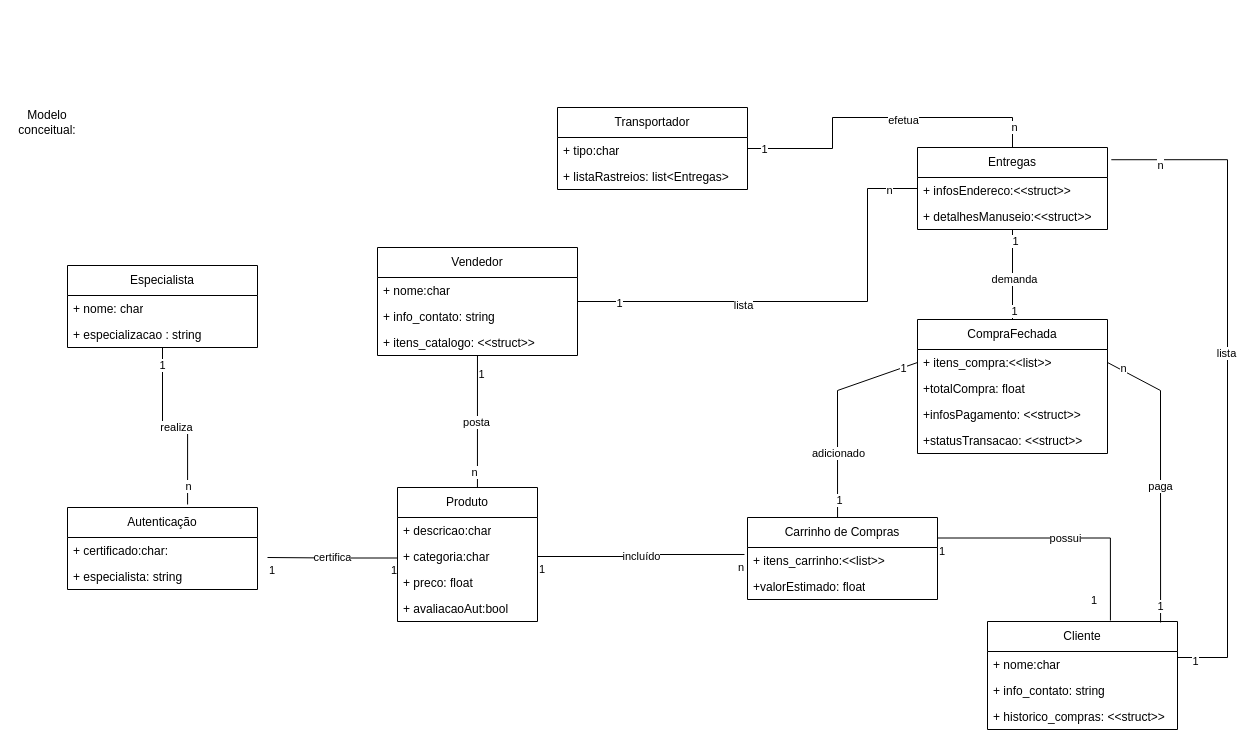
Before: page "Diagramas de classes" (4 of 9) of DiagramasDeModelagem.drawio in luca-moraes/projetoCorintoModelagem, a draw.io diagram. Source tidied: cells renumbered, new cells numbered last; positions are measured from the earlier drawing's top-left corner, leaving out a move shared by most shapes. Both pictures are drawn from the tidied source at 100%, with x=0, y=0 at pixel (17, 107).
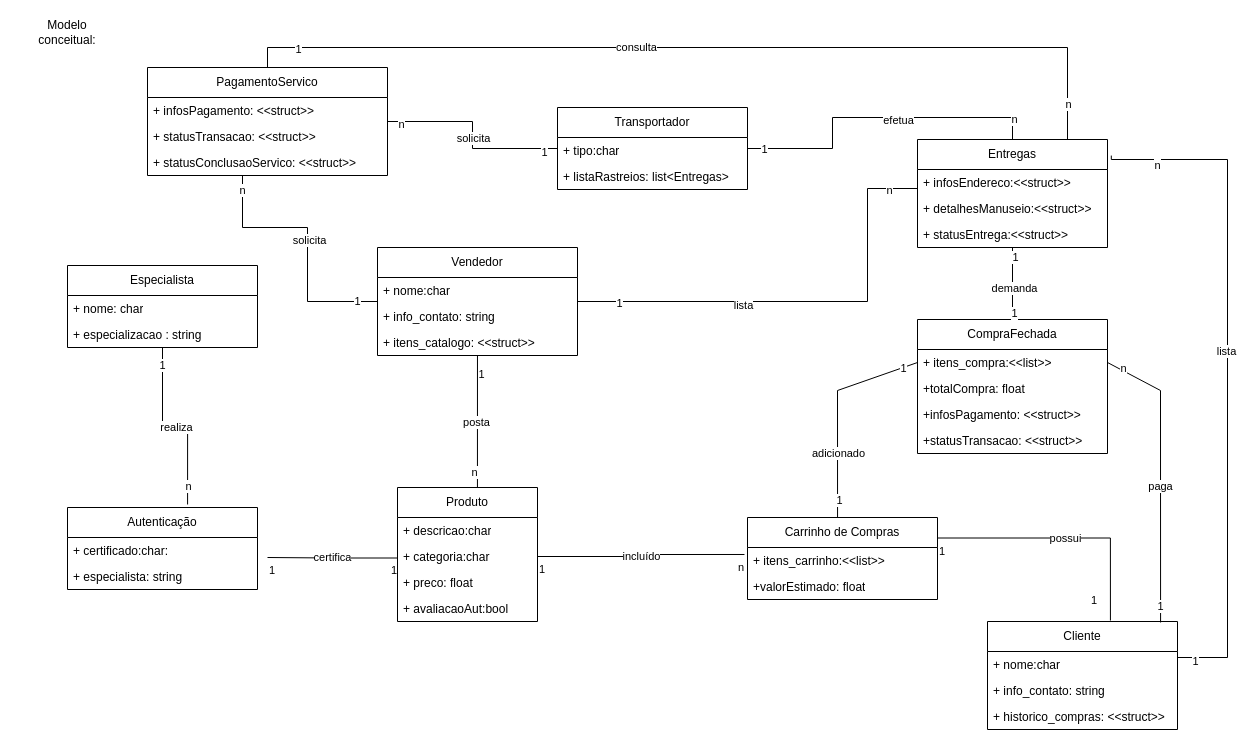
Above is the later version.

Unchanged cells that the change refers to:
```xml
<mxCell id="11" value="Vendedor" style="swimlane;fontStyle=0;horizontal=1;startSize=30;fillColor=none;whiteSpace=wrap;html=1;" parent="1" vertex="1">
  <mxGeometry x="360" y="140" width="200" height="108" as="geometry" />
</mxCell>
<mxCell id="18" value="Transportador" style="swimlane;fontStyle=0;horizontal=1;startSize=30;fillColor=none;whiteSpace=wrap;html=1;" parent="1" vertex="1">
  <mxGeometry x="540" width="190" height="82" as="geometry" />
</mxCell>
```

The edit, as a diff of the source:
```diff
@@
     <mxCell id="33" value="Entregas" style="swimlane;fontStyle=0;horizontal=1;startSize=30;fillColor=none;whiteSpace=wrap;html=1;" parent="1" vertex="1">
-      <mxGeometry x="900" y="40" width="190" height="82" as="geometry" />
+      <mxGeometry x="900" y="32" width="190" height="108" as="geometry" />
     </mxCell>
@@
+    <mxCell id="77" value="+ statusEntrega:&amp;lt;&amp;lt;struct&amp;gt;&amp;gt;" style="text;strokeColor=none;fillColor=none;align=left;verticalAlign=top;spacingLeft=4;spacingRight=4;overflow=hidden;whiteSpace=wrap;html=1;" parent="33" vertex="1">
+      <mxGeometry y="82" width="190" height="26" as="geometry" />
+    </mxCell>
@@
     <mxCell id="76" value="Modelo conceitual:" style="text;html=1;strokeColor=none;fillColor=none;align=center;verticalAlign=middle;whiteSpace=wrap;rounded=0;" parent="1" vertex="1">
-      <mxGeometry width="60" height="30" as="geometry" />
+      <mxGeometry x="20" y="-90" width="60" height="30" as="geometry" />
     </mxCell>
+    <mxCell id="78" value="PagamentoServico" style="swimlane;fontStyle=0;horizontal=1;startSize=30;fillColor=none;whiteSpace=wrap;html=1;" parent="1" vertex="1">
+      <mxGeometry x="130" y="-40" width="240" height="108" as="geometry" />
+    </mxCell>
+    <mxCell id="79" value="+ infosPagamento: &amp;lt;&amp;lt;struct&amp;gt;&amp;gt;" style="text;strokeColor=none;fillColor=none;align=left;verticalAlign=top;spacingLeft=4;spacingRight=4;overflow=hidden;whiteSpace=wrap;html=1;" parent="78" vertex="1">
+      <mxGeometry y="30" width="240" height="26" as="geometry" />
+    </mxCell>
+    <mxCell id="80" value="+ statusTransacao: &amp;lt;&amp;lt;struct&amp;gt;&amp;gt;" style="text;strokeColor=none;fillColor=none;align=left;verticalAlign=top;spacingLeft=4;spacingRight=4;overflow=hidden;whiteSpace=wrap;html=1;" parent="78" vertex="1">
+      <mxGeometry y="56" width="240" height="26" as="geometry" />
+    </mxCell>
+    <mxCell id="81" value="+ statusConclusaoServico: &amp;lt;&amp;lt;struct&amp;gt;&amp;gt;" style="text;strokeColor=none;fillColor=none;align=left;verticalAlign=top;spacingLeft=4;spacingRight=4;overflow=hidden;whiteSpace=wrap;html=1;" parent="78" vertex="1">
+      <mxGeometry y="82" width="240" height="26" as="geometry" />
+    </mxCell>
+    <mxCell id="82" style="endArrow=none;html=1;rounded=0;edgeStyle=orthogonalEdgeStyle;" parent="1" edge="1" source="78" target="11">
+      <mxGeometry relative="1" as="geometry">
+        <Array as="points">
+          <mxPoint x="225" y="120" />
+          <mxPoint x="290" y="120" />
+          <mxPoint x="290" y="194" />
+        </Array>
+      </mxGeometry>
+    </mxCell>
+    <mxCell id="83" value="1" style="edgeLabel;html=1;align=center;verticalAlign=middle;" parent="82" vertex="1">
+      <mxGeometry x="0.84" y="1" relative="1" as="geometry" />
+    </mxCell>
+    <mxCell id="84" value="solicita" style="edgeLabel;html=1;align=center;verticalAlign=middle;" parent="82" vertex="1">
+      <mxGeometry x="-0.01" y="1" relative="1" as="geometry" />
+    </mxCell>
+    <mxCell id="85" value="n" style="edgeLabel;html=1;align=center;verticalAlign=middle;" parent="82" vertex="1">
+      <mxGeometry x="-0.89" y="-1" relative="1" as="geometry" />
+    </mxCell>
+    <mxCell id="86" style="endArrow=none;html=1;rounded=0;edgeStyle=orthogonalEdgeStyle;" parent="1" edge="1" source="18" target="78">
+      <mxGeometry relative="1" as="geometry" />
+    </mxCell>
+    <mxCell id="87" value="n" style="edgeLabel;html=1;align=center;verticalAlign=middle;" parent="86" vertex="1">
+      <mxGeometry x="0.87" y="2" relative="1" as="geometry" />
+    </mxCell>
+    <mxCell id="88" value="solicita" style="edgeLabel;html=1;align=center;verticalAlign=middle;" parent="86" vertex="1">
+      <mxGeometry x="-0.03" relative="1" as="geometry" />
+    </mxCell>
+    <mxCell id="89" value="1" style="edgeLabel;html=1;align=center;verticalAlign=middle;" parent="86" vertex="1">
+      <mxGeometry x="-0.86" y="3" relative="1" as="geometry" />
+    </mxCell>
+    <mxCell id="90" style="endArrow=none;html=1;rounded=0;edgeStyle=orthogonalEdgeStyle;" parent="1" edge="1" source="33" target="78">
+      <mxGeometry relative="1" as="geometry">
+        <Array as="points">
+          <mxPoint x="1050" y="-60" />
+          <mxPoint x="250" y="-60" />
+        </Array>
+      </mxGeometry>
+    </mxCell>
+    <mxCell id="91" value="1" style="edgeLabel;html=1;align=center;verticalAlign=middle;" parent="90" vertex="1">
+      <mxGeometry x="0.89" y="1" relative="1" as="geometry" />
+    </mxCell>
+    <mxCell id="92" value="consulta" style="edgeLabel;html=1;align=center;verticalAlign=middle;" parent="90" vertex="1">
+      <mxGeometry x="0.15" y="-1" relative="1" as="geometry" />
+    </mxCell>
+    <mxCell id="93" value="n" style="edgeLabel;html=1;align=center;verticalAlign=middle;" parent="90" vertex="1">
+      <mxGeometry x="-0.92" relative="1" as="geometry" />
+    </mxCell>
```
